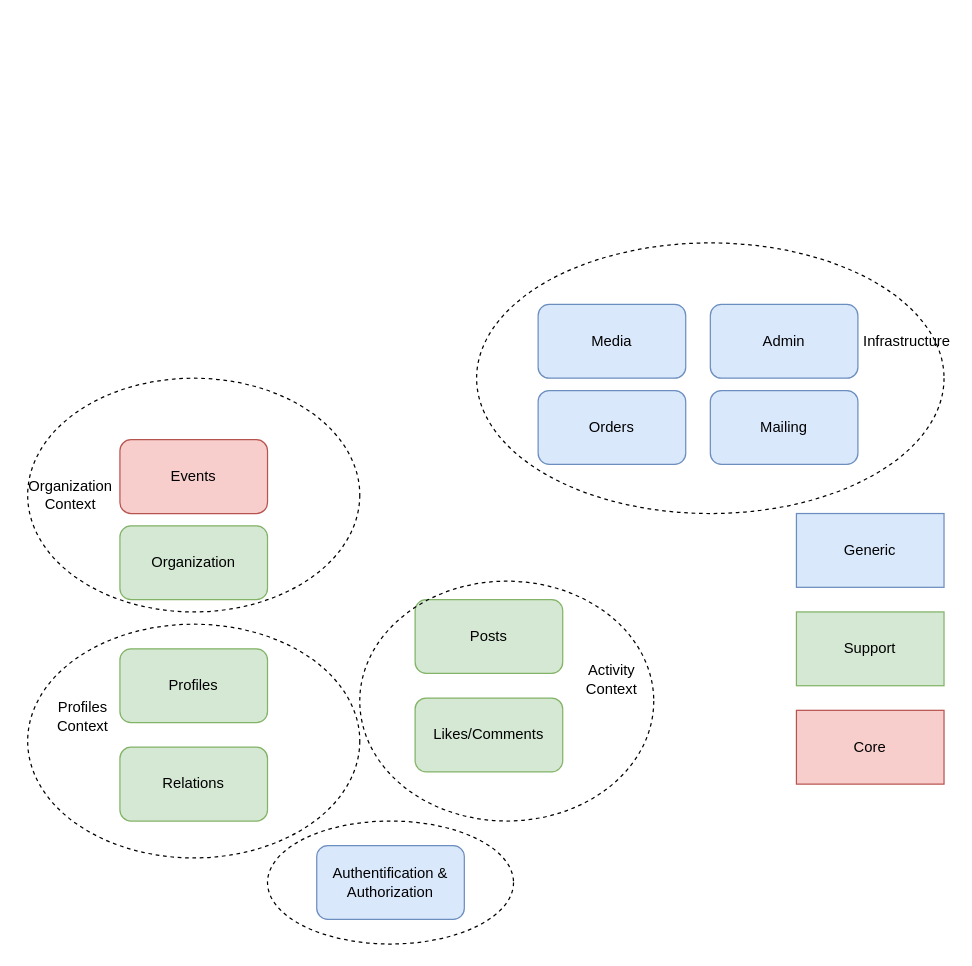
Before: Flows.drawio in kyotoqqe/Flows, a draw.io diagram. Source tidied: cells renumbered, new cells numbered last; positions are measured from the earlier drawing's top-left corner, leaving out a move shared by most shapes. Both pictures are drawn from the tidied source at 123%, with x=0, y=0 at pixel (27, 242).
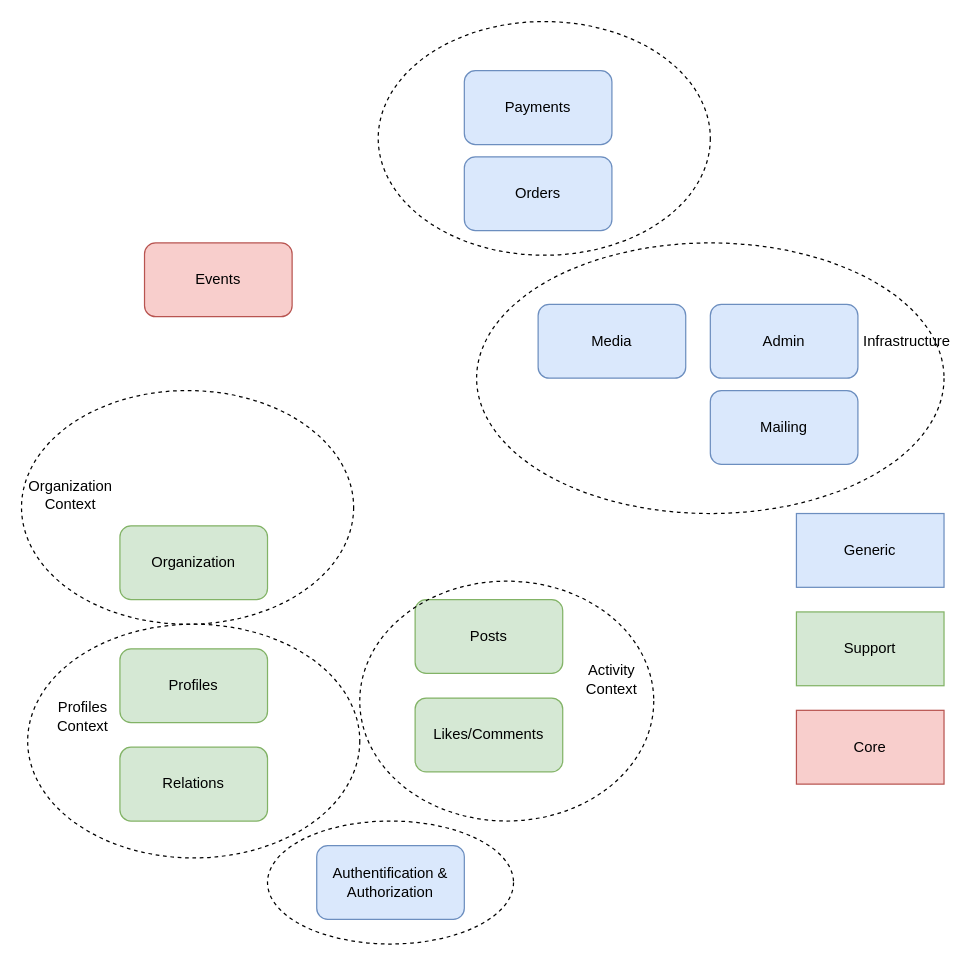
After the change.

What changed in the source:
```diff
@@
     <mxCell id="11" value="Events" style="rounded=1;whiteSpace=wrap;html=1;fillColor=#f8cecc;strokeColor=#b85450;" parent="1" vertex="1">
-      <mxGeometry x="75" y="160" width="120" height="60" as="geometry" />
+      <mxGeometry x="95" width="120" height="60" as="geometry" />
     </mxCell>
     <mxCell id="12" style="ellipse;whiteSpace=wrap;html=1;fillColor=none;dashed=1;" parent="1" vertex="1">
-      <mxGeometry y="110" width="270" height="190" as="geometry" />
+      <mxGeometry x="-5" y="120" width="270" height="190" as="geometry" />
     </mxCell>
@@
     <mxCell id="24" value="Orders" style="rounded=1;whiteSpace=wrap;html=1;fillColor=#dae8fc;strokeColor=#6c8ebf;" parent="1" vertex="1">
-      <mxGeometry x="415" y="120" width="120" height="60" as="geometry" />
+      <mxGeometry x="355" y="-70" width="120" height="60" as="geometry" />
     </mxCell>
+    <mxCell id="25" value="Payments" style="rounded=1;whiteSpace=wrap;html=1;fillColor=#dae8fc;strokeColor=#6c8ebf;" parent="1" vertex="1">
+      <mxGeometry x="355" y="-140" width="120" height="60" as="geometry" />
+    </mxCell>
+    <mxCell id="26" style="ellipse;whiteSpace=wrap;html=1;fillColor=none;dashed=1;" parent="1" vertex="1">
+      <mxGeometry x="285" y="-180" width="270" height="190" as="geometry" />
+    </mxCell>
```
